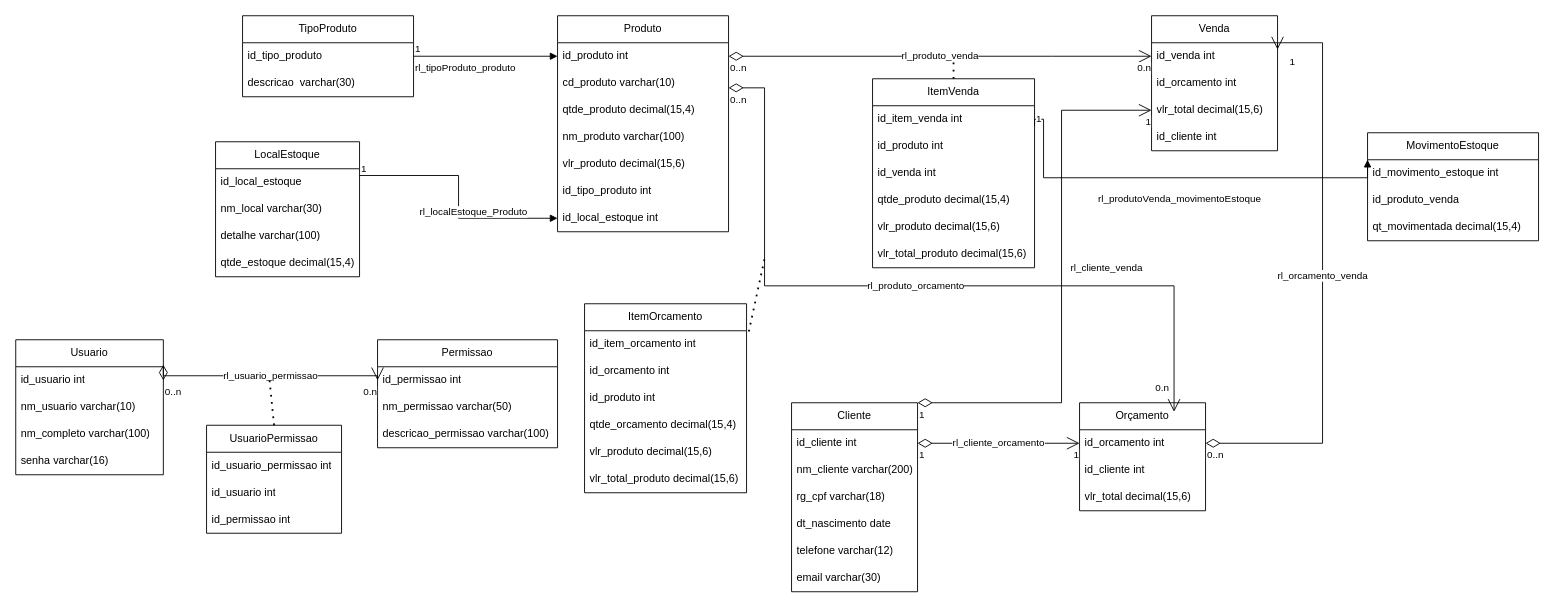
Before: Diagrama sem nome.drawio in GabrielCastilhoRodrigues/LojaCelular, a draw.io diagram. Source tidied: cells renumbered, new cells numbered last; positions are measured from the earlier drawing's top-left corner, leaving out a move shared by most shapes. Both pictures are drawn from the tidied source at 90%, with x=0, y=0 at pixel (15, 15).
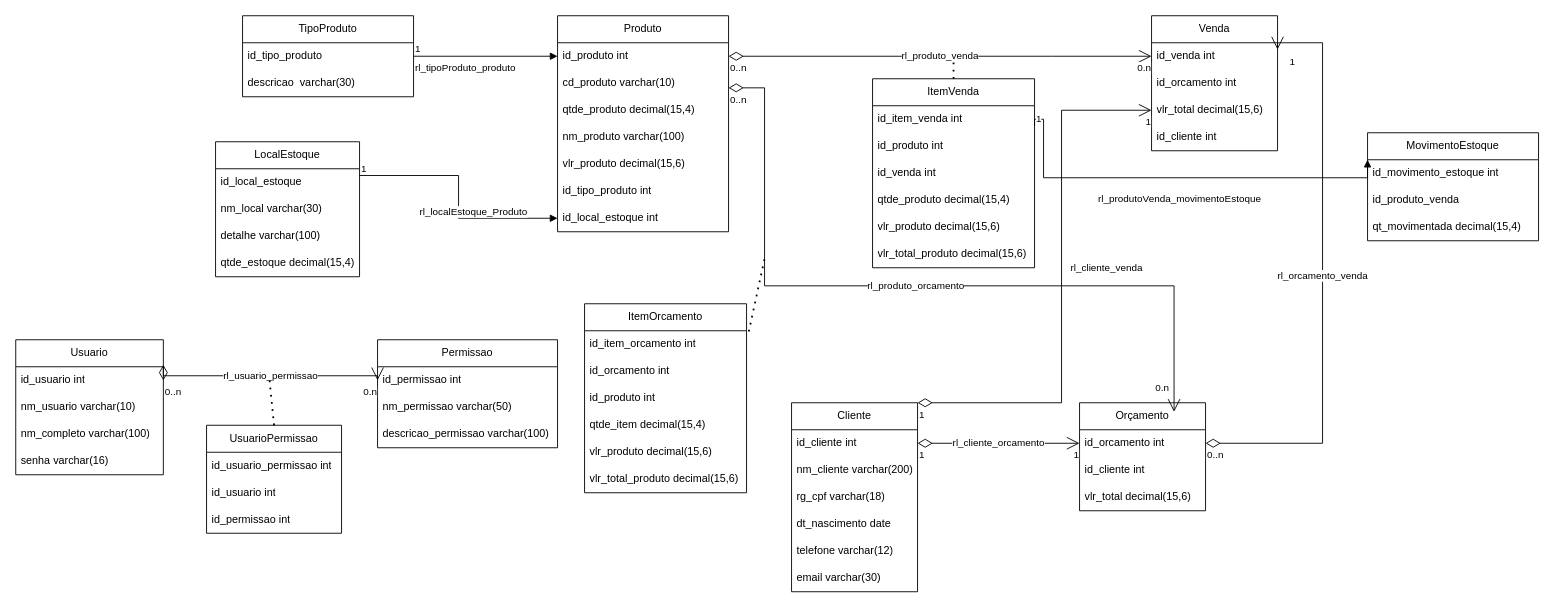
The same page after the edit.

Commit message:
Ajuste no nome de campo apontado na tabela "ItemOrcamento"

The change refers to these unchanged cells:
```xml
<mxCell id="43" value="ItemOrcamento" style="swimlane;fontStyle=0;horizontal=1;startSize=30;whiteSpace=wrap;html=1;" parent="1" vertex="1">
  <mxGeometry x="632" y="320" width="180" height="210" as="geometry" />
</mxCell>
```

The edit, as a diff of the source:
```diff
@@
-    <mxCell id="47" value="qtde_orcamento decimal(15,4)" style="text;strokeColor=none;fillColor=none;align=left;verticalAlign=middle;spacingLeft=4;spacingRight=4;overflow=hidden;whiteSpace=wrap;html=1;" parent="43" vertex="1">
+    <mxCell id="47" value="qtde_item&amp;nbsp;decimal(15,4)" style="text;strokeColor=none;fillColor=none;align=left;verticalAlign=middle;spacingLeft=4;spacingRight=4;overflow=hidden;whiteSpace=wrap;html=1;" parent="43" vertex="1">
       <mxGeometry y="120" width="180" height="30" as="geometry" />
     </mxCell>
```
